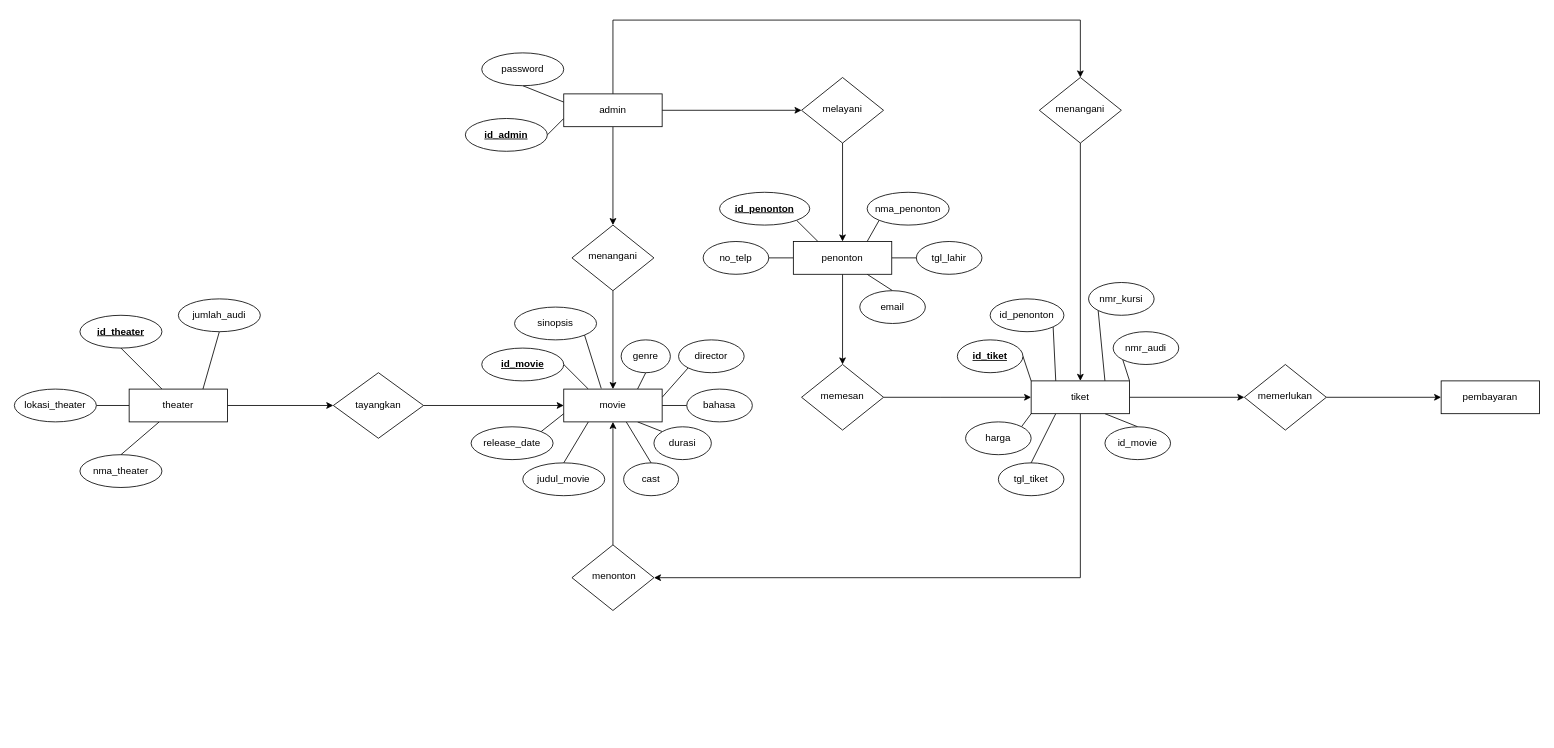
Above: movie_erd.drawio in vinnnna/sistem-basis-data (draw.io), before the change. Source tidied: cells renumbered, new cells numbered last; positions are measured from the earlier drawing's top-left corner, leaving out a move shared by most shapes. Both pictures are drawn from the tidied source at 82%, with x=0, y=0 at pixel (14, 20).
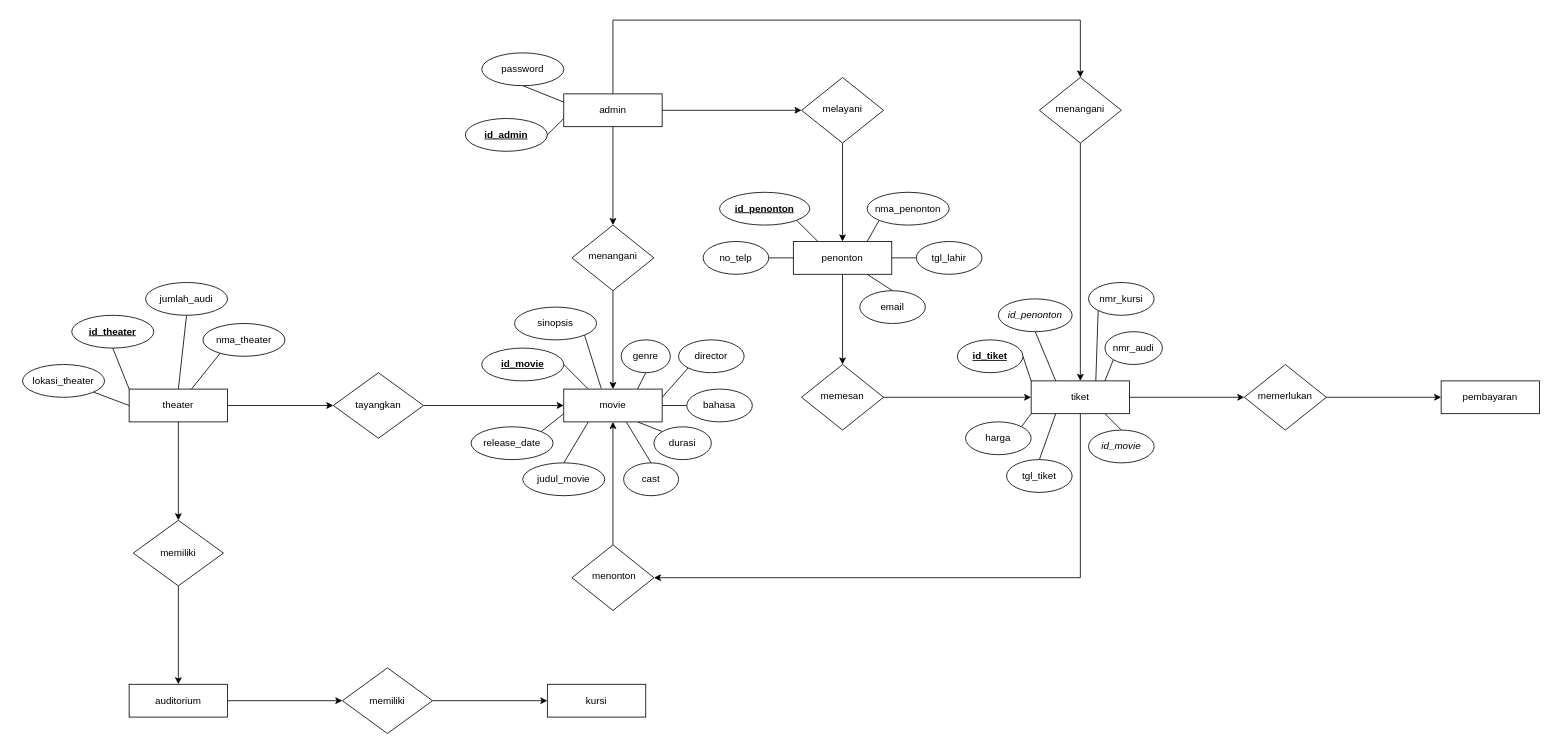
Above is the later version.

The change refers to these unchanged cells:
```xml
<mxCell id="38" value="tiket" style="rounded=1;whiteSpace=wrap;html=1;fontSize=12;glass=0;strokeWidth=1;shadow=0;arcSize=0;" parent="1" vertex="1">
  <mxGeometry x="1240" y="440" width="120" height="40" as="geometry" />
</mxCell>
<mxCell id="51" value="theater" style="rounded=1;whiteSpace=wrap;html=1;fontSize=12;glass=0;strokeWidth=1;shadow=0;arcSize=0;" parent="1" vertex="1">
  <mxGeometry x="140" y="450" width="120" height="40" as="geometry" />
</mxCell>
<mxCell id="78" value="nmr_kursi" style="ellipse;whiteSpace=wrap;html=1;" parent="1" vertex="1">
  <mxGeometry x="1310" y="320" width="80" height="40" as="geometry" />
</mxCell>
```

What changed in the source:
```diff
@@
-    <mxCell id="32" style="rounded=0;jettySize=auto;html=1;exitX=0.25;exitY=0;exitDx=0;exitDy=0;entryX=1;entryY=1;entryDx=0;entryDy=0;endArrow=none;endFill=0;" parent="1" edge="1" source="38" target="79">
+    <mxCell id="32" style="rounded=0;jettySize=auto;html=1;exitX=0.25;exitY=0;exitDx=0;exitDy=0;entryX=0.5;entryY=1;entryDx=0;entryDy=0;endArrow=none;endFill=0;" parent="1" edge="1" source="38" target="79">
       <mxGeometry relative="1" as="geometry" />
     </mxCell>
-    <mxCell id="33" style="rounded=0;jettySize=auto;html=1;exitX=0.75;exitY=0;exitDx=0;exitDy=0;entryX=0;entryY=1;entryDx=0;entryDy=0;endArrow=none;endFill=0;" parent="1" edge="1" source="38" target="78">
+    <mxCell id="33" style="rounded=0;jettySize=auto;html=1;exitX=0.657;exitY=0.002;exitDx=0;exitDy=0;entryX=0;entryY=1;entryDx=0;entryDy=0;endArrow=none;endFill=0;exitPerimeter=0;" parent="1" edge="1" source="38" target="78">
       <mxGeometry relative="1" as="geometry" />
     </mxCell>
-    <mxCell id="34" style="rounded=0;jettySize=auto;html=1;exitX=1;exitY=0;exitDx=0;exitDy=0;entryX=0;entryY=1;entryDx=0;entryDy=0;endArrow=none;endFill=0;" parent="1" edge="1" source="38" target="74">
+    <mxCell id="34" style="rounded=0;jettySize=auto;html=1;exitX=0.75;exitY=0;exitDx=0;exitDy=0;entryX=0;entryY=1;entryDx=0;entryDy=0;endArrow=none;endFill=0;" parent="1" edge="1" source="38" target="74">
       <mxGeometry relative="1" as="geometry" />
     </mxCell>
@@
-    <mxCell id="47" style="rounded=0;jettySize=auto;html=1;entryX=0.5;entryY=1;entryDx=0;entryDy=0;endArrow=none;endFill=0;" parent="1" edge="1" source="51" target="54">
+    <mxCell id="47" style="rounded=0;jettySize=auto;html=1;entryX=0.5;entryY=1;entryDx=0;entryDy=0;endArrow=none;endFill=0;exitX=0;exitY=0;exitDx=0;exitDy=0;" parent="1" edge="1" source="51" target="54">
       <mxGeometry relative="1" as="geometry" />
     </mxCell>
@@
-    <mxCell id="49" style="edgeStyle=orthogonalEdgeStyle;rounded=0;jettySize=auto;html=1;endArrow=none;endFill=0;" parent="1" edge="1" source="51" target="56">
+    <mxCell id="49" style="rounded=0;jettySize=auto;html=1;endArrow=none;endFill=0;exitX=0;exitY=0.5;exitDx=0;exitDy=0;" parent="1" edge="1" source="51" target="56">
       <mxGeometry relative="1" as="geometry" />
     </mxCell>
-    <mxCell id="50" style="rounded=0;jettySize=auto;html=1;exitX=0.75;exitY=0;exitDx=0;exitDy=0;endArrow=none;endFill=0;entryX=0.5;entryY=1;entryDx=0;entryDy=0;" parent="1" edge="1" source="51" target="77">
+    <mxCell id="50" style="rounded=0;jettySize=auto;html=1;exitX=0.5;exitY=0;exitDx=0;exitDy=0;endArrow=none;endFill=0;entryX=0.5;entryY=1;entryDx=0;entryDy=0;" parent="1" edge="1" source="51" target="77">
       <mxGeometry relative="1" as="geometry" />
     </mxCell>
+    <mxCell id="83" style="edgeStyle=orthogonalEdgeStyle;rounded=0;jettySize=auto;html=1;entryX=0.5;entryY=0;entryDx=0;entryDy=0;" parent="1" edge="1" source="51" target="85">
+      <mxGeometry relative="1" as="geometry" />
+    </mxCell>
@@
     <mxCell id="54" value="id_theater" style="ellipse;whiteSpace=wrap;html=1;fontStyle=5;" parent="1" vertex="1">
-      <mxGeometry x="80" y="360" width="100" height="40" as="geometry" />
+      <mxGeometry x="70" y="360" width="100" height="40" as="geometry" />
     </mxCell>
     <mxCell id="55" value="nma_theater" style="ellipse;whiteSpace=wrap;html=1;" parent="1" vertex="1">
-      <mxGeometry x="80" y="530" width="100" height="40" as="geometry" />
+      <mxGeometry x="230" y="370" width="100" height="40" as="geometry" />
     </mxCell>
     <mxCell id="56" value="lokasi_theater" style="ellipse;whiteSpace=wrap;html=1;" parent="1" vertex="1">
-      <mxGeometry y="450" width="100" height="40" as="geometry" />
+      <mxGeometry x="10" y="420" width="100" height="40" as="geometry" />
     </mxCell>
@@
     <mxCell id="74" value="nmr_audi" style="ellipse;whiteSpace=wrap;html=1;" parent="1" vertex="1">
-      <mxGeometry x="1340" y="380" width="80" height="40" as="geometry" />
+      <mxGeometry x="1330" y="380" width="70" height="40" as="geometry" />
     </mxCell>
@@
     <mxCell id="77" value="jumlah_audi" style="ellipse;whiteSpace=wrap;html=1;fontStyle=0;" parent="1" vertex="1">
-      <mxGeometry x="200" y="340" width="100" height="40" as="geometry" />
+      <mxGeometry x="160" y="320" width="100" height="40" as="geometry" />
     </mxCell>
@@
-    <mxCell id="79" value="id_penonton" style="ellipse;whiteSpace=wrap;html=1;" parent="1" vertex="1">
-      <mxGeometry x="1190" y="340" width="90" height="40" as="geometry" />
+    <mxCell id="79" value="id_penonton" style="ellipse;whiteSpace=wrap;html=1;fontStyle=2;" parent="1" vertex="1">
+      <mxGeometry x="1200" y="340" width="90" height="40" as="geometry" />
     </mxCell>
-    <mxCell id="80" value="id_movie" style="ellipse;whiteSpace=wrap;html=1;" parent="1" vertex="1">
-      <mxGeometry x="1330" y="496" width="80" height="40" as="geometry" />
+    <mxCell id="80" value="id_movie" style="ellipse;whiteSpace=wrap;html=1;fontStyle=2;" parent="1" vertex="1">
+      <mxGeometry x="1310" y="500" width="80" height="40" as="geometry" />
     </mxCell>
     <mxCell id="81" value="tgl_tiket" style="ellipse;whiteSpace=wrap;html=1;" parent="1" vertex="1">
-      <mxGeometry x="1200" y="540" width="80" height="40" as="geometry" />
+      <mxGeometry x="1210" y="536" width="80" height="40" as="geometry" />
     </mxCell>
@@
+    <mxCell id="84" style="edgeStyle=orthogonalEdgeStyle;rounded=0;jettySize=auto;html=1;entryX=0.5;entryY=0;entryDx=0;entryDy=0;" parent="1" edge="1" source="85" target="87">
+      <mxGeometry relative="1" as="geometry" />
+    </mxCell>
+    <mxCell id="85" value="memiliki" style="rhombus;whiteSpace=wrap;html=1;rounded=1;glass=0;strokeWidth=1;shadow=0;arcSize=0;" parent="1" vertex="1">
+      <mxGeometry x="145" y="610" width="110" height="80" as="geometry" />
+    </mxCell>
+    <mxCell id="86" style="edgeStyle=orthogonalEdgeStyle;rounded=0;jettySize=auto;html=1;entryX=0;entryY=0.5;entryDx=0;entryDy=0;" parent="1" edge="1" source="87" target="89">
+      <mxGeometry relative="1" as="geometry" />
+    </mxCell>
+    <mxCell id="87" value="auditorium" style="rounded=1;whiteSpace=wrap;html=1;fontSize=12;glass=0;strokeWidth=1;shadow=0;arcSize=0;" parent="1" vertex="1">
+      <mxGeometry x="140" y="810" width="120" height="40" as="geometry" />
+    </mxCell>
+    <mxCell id="88" style="edgeStyle=orthogonalEdgeStyle;rounded=0;jettySize=auto;html=1;entryX=0;entryY=0.5;entryDx=0;entryDy=0;" parent="1" edge="1" source="89" target="90">
+      <mxGeometry relative="1" as="geometry" />
+    </mxCell>
+    <mxCell id="89" value="memiliki" style="rhombus;whiteSpace=wrap;html=1;rounded=1;glass=0;strokeWidth=1;shadow=0;arcSize=0;" parent="1" vertex="1">
+      <mxGeometry x="400" y="790" width="110" height="80" as="geometry" />
+    </mxCell>
+    <mxCell id="90" value="kursi" style="rounded=1;whiteSpace=wrap;html=1;fontSize=12;glass=0;strokeWidth=1;shadow=0;arcSize=0;" parent="1" vertex="1">
+      <mxGeometry x="650" y="810" width="120" height="40" as="geometry" />
+    </mxCell>
```
